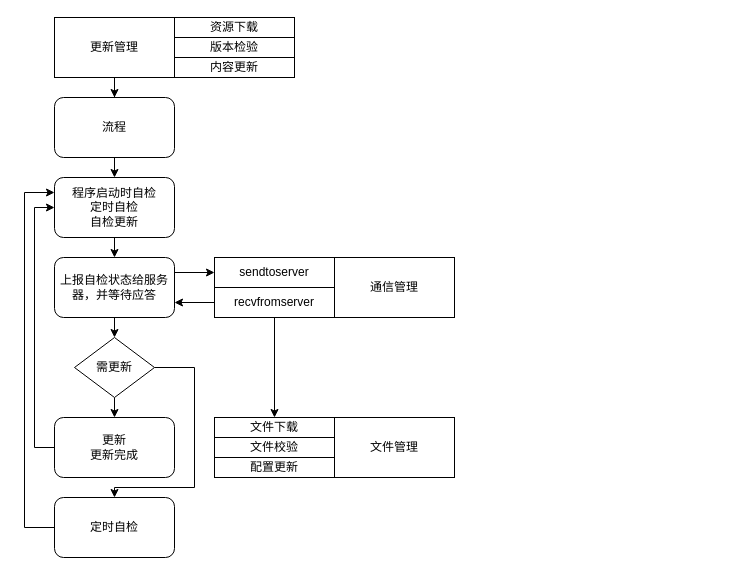
Before: page "主功能介绍" (1 of 2) of waresyncanalysis.drawio in luyaobin/drawDocs, a draw.io diagram. Source tidied: cells renumbered, new cells numbered last; positions are measured from the earlier drawing's top-left corner, leaving out a move shared by most shapes. Both pictures are drawn from the tidied source at 100%, with x=0, y=0 at pixel (24, 17).
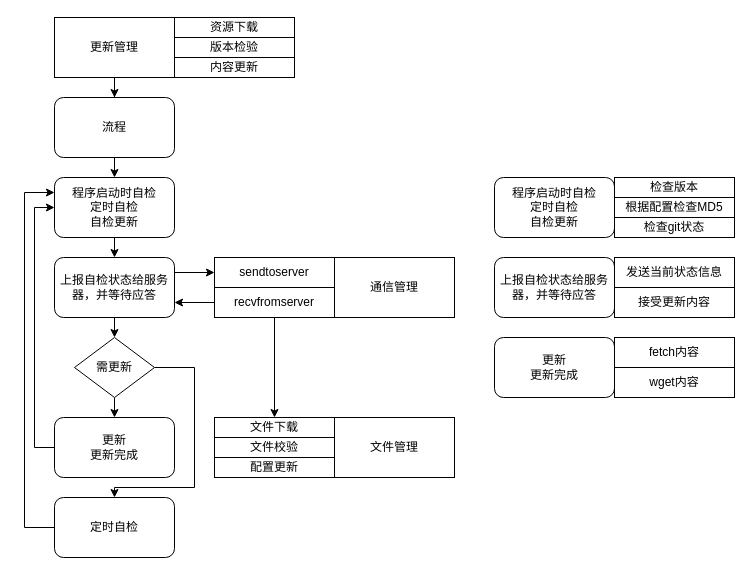
Above is the later version.

What changed in the source:
```diff
@@
+    <mxCell id="31" value="程序启动时自检&lt;br&gt;定时自检&lt;br&gt;自检更新" style="rounded=1;whiteSpace=wrap;html=1;" parent="1" vertex="1">
+      <mxGeometry x="470" y="160" width="120" height="60" as="geometry" />
+    </mxCell>
+    <mxCell id="32" value="检查版本" style="rounded=0;whiteSpace=wrap;html=1;" parent="1" vertex="1">
+      <mxGeometry x="590" y="160" width="120" height="20" as="geometry" />
+    </mxCell>
+    <mxCell id="33" value="检查git状态" style="rounded=0;whiteSpace=wrap;html=1;" parent="1" vertex="1">
+      <mxGeometry x="590" y="200" width="120" height="20" as="geometry" />
+    </mxCell>
+    <mxCell id="34" value="根据配置检查MD5" style="rounded=0;whiteSpace=wrap;html=1;" parent="1" vertex="1">
+      <mxGeometry x="590" y="180" width="120" height="20" as="geometry" />
+    </mxCell>
+    <mxCell id="35" value="上报自检状态给服务器，并等待应答" style="rounded=1;whiteSpace=wrap;html=1;" parent="1" vertex="1">
+      <mxGeometry x="470" y="240" width="120" height="60" as="geometry" />
+    </mxCell>
+    <mxCell id="36" value="发送当前状态信息" style="rounded=0;whiteSpace=wrap;html=1;" parent="1" vertex="1">
+      <mxGeometry x="590" y="240" width="120" height="30" as="geometry" />
+    </mxCell>
+    <mxCell id="37" value="接受更新内容" style="rounded=0;whiteSpace=wrap;html=1;" parent="1" vertex="1">
+      <mxGeometry x="590" y="270" width="120" height="30" as="geometry" />
+    </mxCell>
+    <mxCell id="38" value="更新&lt;br&gt;更新完成" style="rounded=1;whiteSpace=wrap;html=1;" parent="1" vertex="1">
+      <mxGeometry x="470" y="320" width="120" height="60" as="geometry" />
+    </mxCell>
+    <mxCell id="39" value="fetch内容" style="rounded=0;whiteSpace=wrap;html=1;" parent="1" vertex="1">
+      <mxGeometry x="590" y="320" width="120" height="30" as="geometry" />
+    </mxCell>
+    <mxCell id="40" value="wget内容" style="rounded=0;whiteSpace=wrap;html=1;" parent="1" vertex="1">
+      <mxGeometry x="590" y="350" width="120" height="30" as="geometry" />
+    </mxCell>
```
